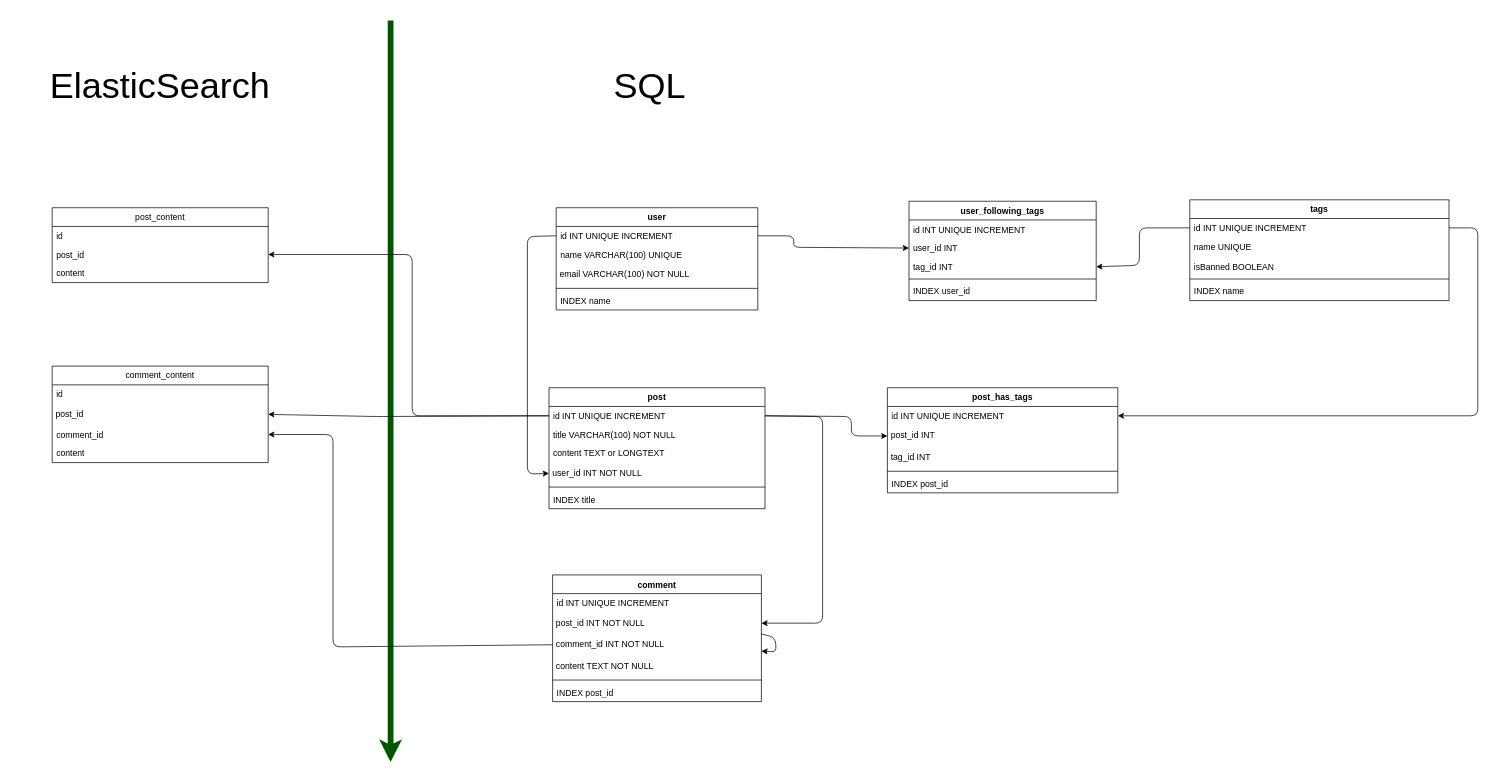
v1nsai/pulse-api keeps this draw.io diagram as diagrams/data_model.drawio. Above is the earlier version. Source tidied: cells renumbered, new cells numbered last; positions are measured from the earlier drawing's top-left corner, leaving out a move shared by most shapes. Both pictures are drawn from the tidied source at 72%, with x=0, y=0 at pixel (12, 20).
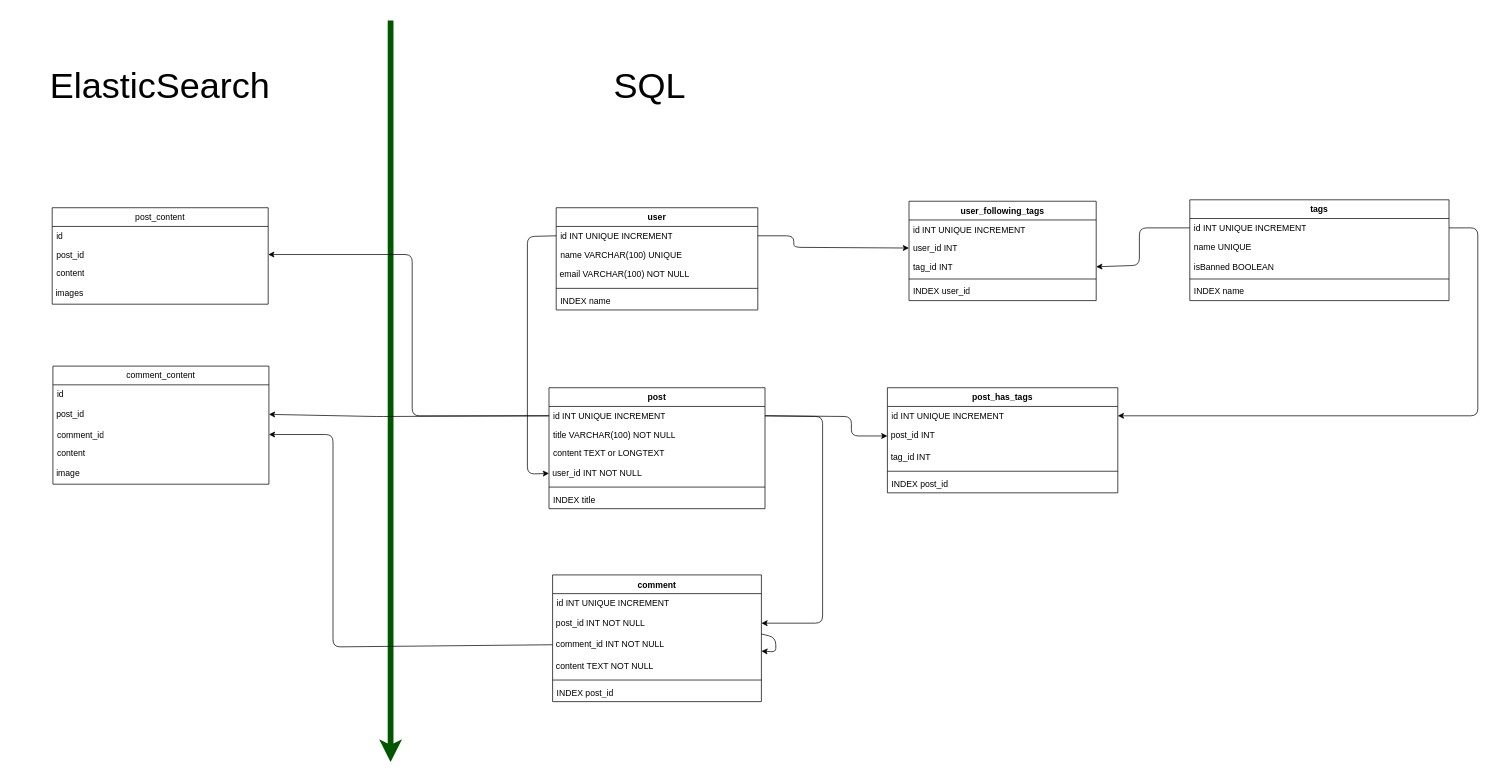
Above is the later version.

Commit message (it also covers changes not shown here):
model updates and Jenkinsfile

Diff of the diagram source:
```diff
@@
     <mxCell id="49" value="post_content" style="swimlane;fontStyle=0;horizontal=1;startSize=26;fillColor=none;whiteSpace=wrap;html=1;" parent="1" vertex="1">
-      <mxGeometry x="55" y="260" width="300" height="104" as="geometry" />
+      <mxGeometry x="55" y="260" width="300" height="134" as="geometry" />
     </mxCell>
@@
+    <mxCell id="62" value="images" style="text;strokeColor=none;align=left;fillColor=none;html=1;verticalAlign=middle;whiteSpace=wrap;rounded=0;spacingLeft=3;" parent="49" vertex="1">
+      <mxGeometry y="104" width="300" height="30" as="geometry" />
+    </mxCell>
     <mxCell id="53" value="comment_content" style="swimlane;fontStyle=0;horizontal=1;startSize=26;fillColor=none;whiteSpace=wrap;html=1;" parent="1" vertex="1">
-      <mxGeometry x="55" y="480" width="300" height="134" as="geometry" />
+      <mxGeometry x="56" y="480" width="300" height="164" as="geometry" />
     </mxCell>
@@
+    <mxCell id="63" value="image" style="text;strokeColor=none;align=left;fillColor=none;html=1;verticalAlign=middle;whiteSpace=wrap;rounded=0;spacingLeft=3;" parent="53" vertex="1">
+      <mxGeometry y="134" width="300" height="30" as="geometry" />
+    </mxCell>
```
